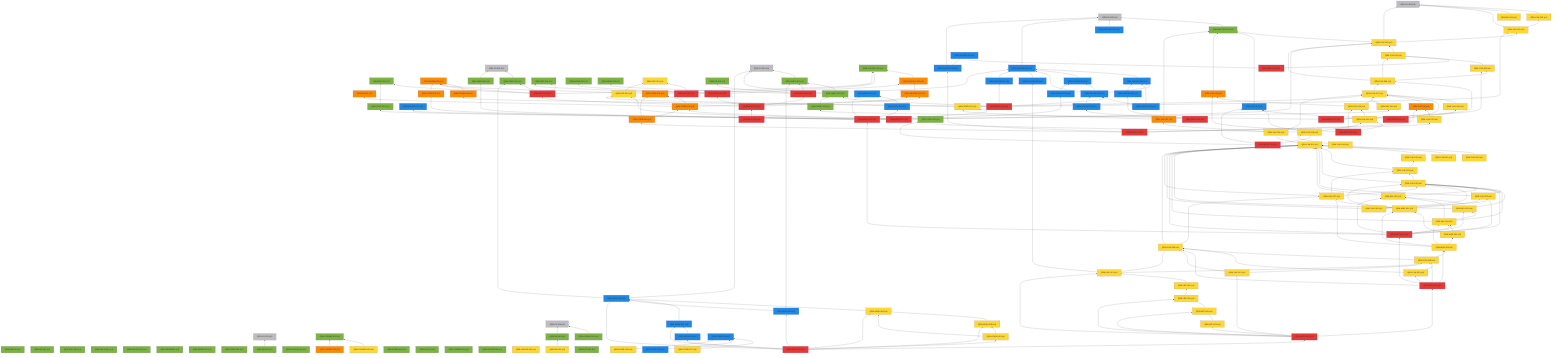
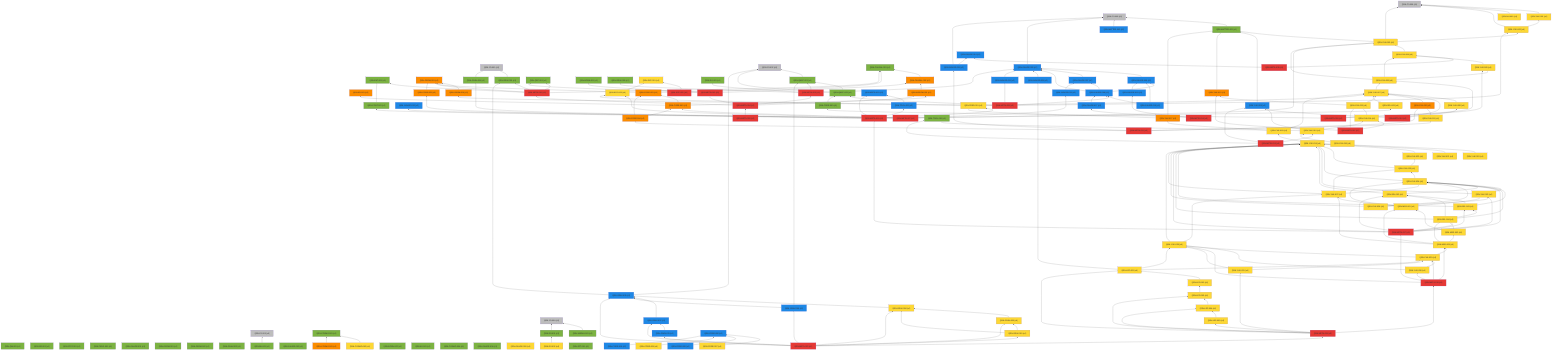
%% 自動生成 (dag/report.pl) — QRN 主張依存グラフ
graph BT
  QRN_C0_001["QRN-C0-001 (c0)"]:::c0
  QRN_C0_002["QRN-C0-002 (c0)"]:::c0
  QRN_C0_003["QRN-C0-003 (c0)"]:::c0
  QRN_C0_004["QRN-C0-004 (c0)"]:::c0
  QRN_C0_005["QRN-C0-005 (c0)"]:::c0
  QRN_C0_006["QRN-C0-006 (c0)"]:::c0
  QRN_QM_001["QRN-QM-001 (c1)"]:::c1
  QRN_GR_001["QRN-GR-001 (c1)"]:::c1
  QRN_STAT_001["QRN-STAT-001 (c1)"]:::c1
  QRN_FIELD_001["QRN-FIELD-001 (c1)"]:::c1
  QRN_GAUGE_001["QRN-GAUGE-001 (c1)"]:::c1
  QRN_ENT_001["QRN-ENT-001 (c1)"]:::c1
  QRN_GEOM_001["QRN-GEOM-001 (c1)"]:::c1
  QRN_GEOM_002["QRN-GEOM-002 (c1)"]:::c1
  QRN_GEOM_003["QRN-GEOM-003 (c3)"]:::c3
  QRN_GRAV_001["QRN-GRAV-001 (c1)"]:::c1
  QRN_GRAV_002["QRN-GRAV-002 (c1)"]:::c1
  QRN_BH_001["QRN-BH-001 (c1)"]:::c1
  QRN_CAUSAL_001["QRN-CAUSAL-001 (c1)"]:::c1
  QRN_CAUSAL_002["QRN-CAUSAL-002 (c3)"]:::c3
  QRN_ER_001["QRN-ER-001 (c3)"]:::c3
  QRN_QEC_001["QRN-QEC-001 (c1)"]:::c1
  QRN_GAUGE_002["QRN-GAUGE-002 (c1)"]:::c1
  QRN_COSMO_001["QRN-COSMO-001 (c1)"]:::c1
  QRN_COSMO_002["QRN-COSMO-002 (c4)"]:::c4
  QRN_COSMO_003["QRN-COSMO-003 (c3)"]:::c3
  QRN_BORN_001["QRN-BORN-001 (c1)"]:::c1
  QRN_BORN_002["QRN-BORN-002 (c1)"]:::c1
  QRN_GRAV_003["QRN-GRAV-003 (c1)"]:::c1
  QRN_KK_001["QRN-KK-001 (c1)"]:::c1
  QRN_MATTER_001["QRN-MATTER-001 (c1)"]:::c1
  QRN_MATTER_002["QRN-MATTER-002 (c2)"]:::c2
  QRN_COSMO_004["QRN-COSMO-004 (c1)"]:::c1
  QRN_EXP_001["QRN-EXP-001 (c4)"]:::c4
  QRN_GAUGE_003["QRN-GAUGE-003 (c2)"]:::c2
  QRN_GAUGE_004["QRN-GAUGE-004 (c1)"]:::c1
  QRN_GAUGE_005["QRN-GAUGE-005 (c4)"]:::c4
  QRN_YUK_001["QRN-YUK-001 (c4)"]:::c4
  QRN_RG_001["QRN-RG-001 (c1)"]:::c1
  QRN_UNRUH_001["QRN-UNRUH-001 (c1)"]:::c1
  QRN_QNEC_001["QRN-QNEC-001 (c1)"]:::c1
  QRN_NU_001["QRN-NU-001 (c4)"]:::c4
  QRN_GAUGE_006["QRN-GAUGE-006 (c2)"]:::c2
  QRN_DS_001["QRN-DS-001 (c1)"]:::c1
  QRN_DS_002["QRN-DS-002 (c4)"]:::c4
  QRN_ARROW_001["QRN-ARROW-001 (c3)"]:::c3
  QRN_GAUGE_007["QRN-GAUGE-007 (c2)"]:::c2
  QRN_EFT_001["QRN-EFT-001 (c1)"]:::c1
  QRN_GAUGE_008["QRN-GAUGE-008 (c2)"]:::c2
  QRN_GAUGE_009["QRN-GAUGE-009 (c2)"]:::c2
  QRN_GAUGE_010["QRN-GAUGE-010 (c2)"]:::c2
  QRN_QNEC_002["QRN-QNEC-002 (c1)"]:::c1
  QRN_GEOM_004["QRN-GEOM-004 (c3)"]:::c3
  QRN_YUK_002["QRN-YUK-002 (c4)"]:::c4
  QRN_EXP_002["QRN-EXP-002 (c5)"]:::c5
  QRN_CORE_001["QRN-CORE-001 (c3)"]:::c3
  QRN_GAUGE_011["QRN-GAUGE-011 (c2)"]:::c2
  QRN_GAUGE_012["QRN-GAUGE-012 (c2)"]:::c2
  QRN_YUK_003["QRN-YUK-003 (c4)"]:::c4
  QRN_EXP_003["QRN-EXP-003 (c4)"]:::c4
  QRN_CORE_002["QRN-CORE-002 (c3)"]:::c3
  QRN_GAUGE_013["QRN-GAUGE-013 (c2)"]:::c2
  QRN_YUK_004["QRN-YUK-004 (c4)"]:::c4
  QRN_GAUGE_014["QRN-GAUGE-014 (c2)"]:::c2
  QRN_META_001["QRN-META-001 (c5)"]:::c5
  QRN_META_002["QRN-META-002 (c5)"]:::c5
  QRN_META_003["QRN-META-003 (c5)"]:::c5
  QRN_META_004["QRN-META-004 (c5)"]:::c5
  QRN_META_005["QRN-META-005 (c5)"]:::c5
  QRN_META_006["QRN-META-006 (c5)"]:::c5
  QRN_META_007["QRN-META-007 (c5)"]:::c5
  QRN_META_008["QRN-META-008 (c5)"]:::c5
  QRN_YUK_005["QRN-YUK-005 (c4)"]:::c4
  QRN_YUK_006["QRN-YUK-006 (c4)"]:::c4
  QRN_CORE_003["QRN-CORE-003 (c1)"]:::c1
  QRN_META_009["QRN-META-009 (c5)"]:::c5
  QRN_YUK_007["QRN-YUK-007 (c4)"]:::c4
  QRN_YUK_008["QRN-YUK-008 (c4)"]:::c4
  QRN_YUK_009["QRN-YUK-009 (c2)"]:::c2
  QRN_META_010["QRN-META-010 (c5)"]:::c5
  QRN_GAUGE_015["QRN-GAUGE-015 (c2)"]:::c2
  QRN_YUK_010["QRN-YUK-010 (c3)"]:::c3
  QRN_YUK_011["QRN-YUK-011 (c4)"]:::c4
  QRN_CORE_004["QRN-CORE-004 (c3)"]:::c3
  QRN_META_011["QRN-META-011 (c5)"]:::c5
  QRN_YUK_012["QRN-YUK-012 (c3)"]:::c3
  QRN_YUK_013["QRN-YUK-013 (c4)"]:::c4
  QRN_YUK_014["QRN-YUK-014 (c4)"]:::c4
  QRN_META_012["QRN-META-012 (c5)"]:::c5
  QRN_TOOL_001["QRN-TOOL-001 (c1)"]:::c1
  QRN_YUK_015["QRN-YUK-015 (c4)"]:::c4
  QRN_META_013["QRN-META-013 (c5)"]:::c5
  QRN_GAUGE_016["QRN-GAUGE-016 (c2)"]:::c2
  QRN_GAUGE_017["QRN-GAUGE-017 (c2)"]:::c2
  QRN_META_014["QRN-META-014 (c5)"]:::c5
  QRN_META_015["QRN-META-015 (c2)"]:::c2
  QRN_TOOL_002["QRN-TOOL-002 (c2)"]:::c2
  QRN_CORE_005["QRN-CORE-005 (c3)"]:::c3
  QRN_CONT_001["QRN-CONT-001 (c1)"]:::c1
  QRN_SEL_001["QRN-SEL-001 (c4)"]:::c4
  QRN_GRAV_004["QRN-GRAV-004 (c1)"]:::c1
  QRN_PRED_001["QRN-PRED-001 (c4)"]:::c4
  QRN_META_016["QRN-META-016 (c5)"]:::c5
  QRN_YUK_016["QRN-YUK-016 (c4)"]:::c4
  QRN_YUK_017["QRN-YUK-017 (c3)"]:::c3
  QRN_YUK_018["QRN-YUK-018 (c4)"]:::c4
  QRN_YUK_019["QRN-YUK-019 (c4)"]:::c4
  QRN_YUK_020["QRN-YUK-020 (c4)"]:::c4
  QRN_YUK_021["QRN-YUK-021 (c4)"]:::c4
  QRN_YUK_022["QRN-YUK-022 (c4)"]:::c4
  QRN_YUK_023["QRN-YUK-023 (c4)"]:::c4
  QRN_YUK_024["QRN-YUK-024 (c4)"]:::c4
  QRN_YUK_025["QRN-YUK-025 (c4)"]:::c4
  QRN_SEL_002["QRN-SEL-002 (c4)"]:::c4
  QRN_SEL_003["QRN-SEL-003 (c4)"]:::c4
  QRN_SEL_004["QRN-SEL-004 (c4)"]:::c4
  QRN_META_017["QRN-META-017 (c5)"]:::c5
  QRN_YUK_026["QRN-YUK-026 (c4)"]:::c4
  QRN_YUK_027["QRN-YUK-027 (c4)"]:::c4
  QRN_MSR_001["QRN-MSR-001 (c4)"]:::c4
  QRN_MSR_002["QRN-MSR-002 (c4)"]:::c4
  QRN_MSR_003["QRN-MSR-003 (c4)"]:::c4
  QRN_YUK_028["QRN-YUK-028 (c4)"]:::c4
  QRN_YUK_029["QRN-YUK-029 (c4)"]:::c4
  QRN_YUK_030["QRN-YUK-030 (c4)"]:::c4
  QRN_META_018["QRN-META-018 (c5)"]:::c5
  QRN_YUK_031["QRN-YUK-031 (c4)"]:::c4
  QRN_LEP_001["QRN-LEP-001 (c4)"]:::c4
  QRN_LEP_002["QRN-LEP-002 (c4)"]:::c4
  QRN_LEP_003["QRN-LEP-003 (c4)"]:::c4
  QRN_LEP_004["QRN-LEP-004 (c4)"]:::c4
  QRN_LEP_005["QRN-LEP-005 (c4)"]:::c4
  QRN_META_019["QRN-META-019 (c5)"]:::c5
  QRN_GRAV_005["QRN-GRAV-005 (c2)"]:::c2
  QRN_GRAV_006["QRN-GRAV-006 (c4)"]:::c4
  QRN_GRAV_007["QRN-GRAV-007 (c2)"]:::c2
  QRN_GRAV_008["QRN-GRAV-008 (c4)"]:::c4
  QRN_GRAV_009["QRN-GRAV-009 (c2)"]:::c2
  QRN_GRAV_010["QRN-GRAV-010 (c4)"]:::c4
  QRN_GRAV_011["QRN-GRAV-011 (c2)"]:::c2
  QRN_META_020["QRN-META-020 (c5)"]:::c5
  QRN_CORE_006["QRN-CORE-006 (c2)"]:::c2
  QRN_CORE_007["QRN-CORE-007 (c4)"]:::c4
  QRN_CORE_008["QRN-CORE-008 (c2)"]:::c2
  QRN_CORE_009["QRN-CORE-009 (c4)"]:::c4
+   QRN_CORE_010["QRN-CORE-010 (c2)"]:::c2
  QRN_GRAV_001 --> QRN_C0_001
  QRN_BH_001 --> QRN_C0_003
  QRN_CAUSAL_002 --> QRN_CAUSAL_001
  QRN_COSMO_002 --> QRN_COSMO_001
  QRN_COSMO_003 --> QRN_COSMO_001
  QRN_MATTER_001 --> QRN_C0_005
  QRN_MATTER_002 --> QRN_C0_005
  QRN_GAUGE_003 --> QRN_C0_005
  QRN_YUK_001 --> QRN_C0_006
  QRN_UNRUH_001 --> QRN_C0_004
  QRN_QNEC_001 --> QRN_C0_002
  QRN_NU_001 --> QRN_C0_006
  QRN_GAUGE_006 --> QRN_GAUGE_003
  QRN_DS_001 --> QRN_C0_004
  QRN_DS_002 --> QRN_DS_001
  QRN_ARROW_001 --> QRN_CAUSAL_002
  QRN_GAUGE_007 --> QRN_GAUGE_003
  QRN_GAUGE_008 --> QRN_GAUGE_003
  QRN_GAUGE_008 --> QRN_GAUGE_006
  QRN_GAUGE_008 --> QRN_GAUGE_007
  QRN_GAUGE_009 --> QRN_GAUGE_003
  QRN_GAUGE_010 --> QRN_GAUGE_006
  QRN_GAUGE_010 --> QRN_GAUGE_008
  QRN_QNEC_002 --> QRN_C0_002
  QRN_QNEC_002 --> QRN_QNEC_001
  QRN_GEOM_004 --> QRN_GEOM_003
  QRN_YUK_002 --> QRN_C0_006
  QRN_YUK_002 --> QRN_YUK_001
  QRN_EXP_002 --> QRN_EXP_001
  QRN_CORE_001 --> QRN_GEOM_003
  QRN_CORE_001 --> QRN_CAUSAL_001
  QRN_GAUGE_011 --> QRN_GAUGE_003
  QRN_YUK_003 --> QRN_C0_006
  QRN_YUK_003 --> QRN_MATTER_001
  QRN_YUK_003 --> QRN_YUK_002
  QRN_EXP_003 --> QRN_EXP_001
  QRN_CORE_002 --> QRN_CORE_001
  QRN_CORE_002 --> QRN_ER_001
  QRN_CORE_002 --> QRN_ARROW_001
  QRN_GAUGE_013 --> QRN_GAUGE_007
  QRN_YUK_004 --> QRN_YUK_003
  QRN_META_001 --> QRN_GEOM_003
  QRN_META_001 --> QRN_GRAV_001
  QRN_META_001 --> QRN_CAUSAL_001
  QRN_META_001 --> QRN_QEC_001
  QRN_META_001 --> QRN_ENT_001
  QRN_META_002 --> QRN_QEC_001
  QRN_META_002 --> QRN_BORN_001
  QRN_META_002 --> QRN_CAUSAL_002
  QRN_META_003 --> QRN_GAUGE_003
  QRN_META_003 --> QRN_RG_001
  QRN_META_003 --> QRN_QNEC_001
  QRN_META_003 --> QRN_GRAV_003
  QRN_META_004 --> QRN_META_001
  QRN_META_004 --> QRN_META_002
  QRN_META_004 --> QRN_META_003
  QRN_META_004 --> QRN_ARROW_001
  QRN_META_005 --> QRN_META_004
  QRN_META_006 --> QRN_GAUGE_008
  QRN_META_006 --> QRN_QNEC_002
  QRN_META_006 --> QRN_GEOM_004
  QRN_META_006 --> QRN_YUK_002
  QRN_META_006 --> QRN_GAUGE_011
  QRN_META_007 --> QRN_GAUGE_012
  QRN_META_007 --> QRN_YUK_003
  QRN_META_007 --> QRN_EXP_003
  QRN_META_007 --> QRN_CORE_002
  QRN_META_007 --> QRN_GAUGE_013
  QRN_META_008 --> QRN_YUK_004
  QRN_META_008 --> QRN_GAUGE_014
  QRN_YUK_005 --> QRN_YUK_004
  QRN_YUK_006 --> QRN_YUK_003
  QRN_YUK_006 --> QRN_YUK_004
  QRN_YUK_006 --> QRN_YUK_005
  QRN_CORE_003 --> QRN_QNEC_002
  QRN_META_009 --> QRN_YUK_005
  QRN_META_009 --> QRN_YUK_006
  QRN_META_009 --> QRN_CORE_003
  QRN_YUK_007 --> QRN_YUK_006
  QRN_YUK_008 --> QRN_YUK_007
  QRN_YUK_009 --> QRN_MATTER_001
  QRN_META_010 --> QRN_YUK_007
  QRN_META_010 --> QRN_YUK_008
  QRN_META_010 --> QRN_YUK_009
  QRN_GAUGE_015 --> QRN_C0_005
  QRN_GAUGE_015 --> QRN_GAUGE_014
  QRN_YUK_010 --> QRN_YUK_007
  QRN_YUK_011 --> QRN_YUK_010
  QRN_CORE_004 --> QRN_CORE_001
  QRN_CORE_004 --> QRN_CORE_002
  QRN_META_011 --> QRN_GAUGE_015
  QRN_META_011 --> QRN_YUK_010
  QRN_META_011 --> QRN_YUK_011
  QRN_META_011 --> QRN_CORE_004
  QRN_YUK_012 --> QRN_MATTER_001
  QRN_YUK_013 --> QRN_YUK_012
  QRN_YUK_013 --> QRN_YUK_007
  QRN_YUK_014 --> QRN_YUK_013
  QRN_META_012 --> QRN_YUK_012
  QRN_META_012 --> QRN_YUK_013
  QRN_META_012 --> QRN_YUK_014
  QRN_YUK_015 --> QRN_YUK_014
  QRN_YUK_015 --> QRN_TOOL_001
  QRN_YUK_015 --> QRN_YUK_009
  QRN_META_013 --> QRN_YUK_015
  QRN_META_013 --> QRN_TOOL_001
  QRN_META_013 --> QRN_YUK_009
  QRN_GAUGE_016 --> QRN_GAUGE_006
  QRN_GAUGE_017 --> QRN_GAUGE_008
  QRN_META_014 --> QRN_GAUGE_016
  QRN_META_014 --> QRN_GAUGE_017
  QRN_TOOL_002 --> QRN_META_015
  QRN_CORE_005 --> QRN_GEOM_003
  QRN_CONT_001 --> QRN_ENT_001
  QRN_SEL_001 --> QRN_YUK_007
  QRN_GRAV_004 --> QRN_C0_001
  QRN_PRED_001 --> QRN_YUK_007
  QRN_PRED_001 --> QRN_EXP_003
  QRN_META_016 --> QRN_META_015
  QRN_META_016 --> QRN_TOOL_002
  QRN_META_016 --> QRN_CORE_005
  QRN_META_016 --> QRN_CONT_001
  QRN_META_016 --> QRN_SEL_001
  QRN_META_016 --> QRN_GRAV_004
  QRN_META_016 --> QRN_PRED_001
  QRN_YUK_016 --> QRN_YUK_015
  QRN_YUK_017 --> QRN_MATTER_001
  QRN_YUK_017 --> QRN_PRED_001
  QRN_YUK_018 --> QRN_YUK_017
  QRN_YUK_018 --> QRN_YUK_007
  QRN_YUK_019 --> QRN_YUK_018
  QRN_YUK_020 --> QRN_YUK_019
  QRN_YUK_021 --> QRN_YUK_019
  QRN_YUK_022 --> QRN_YUK_019
  QRN_YUK_023 --> QRN_YUK_019
  QRN_YUK_023 --> QRN_YUK_022
  QRN_YUK_024 --> QRN_YUK_019
  QRN_YUK_024 --> QRN_YUK_023
  QRN_YUK_025 --> QRN_YUK_019
  QRN_YUK_025 --> QRN_YUK_024
  QRN_SEL_002 --> QRN_YUK_019
  QRN_SEL_002 --> QRN_YUK_024
  QRN_SEL_003 --> QRN_YUK_019
  QRN_SEL_003 --> QRN_YUK_024
  QRN_SEL_003 --> QRN_SEL_002
  QRN_SEL_004 --> QRN_YUK_019
  QRN_SEL_004 --> QRN_YUK_024
  QRN_SEL_004 --> QRN_SEL_002
  QRN_SEL_004 --> QRN_SEL_003
  QRN_META_017 --> QRN_META_016
  QRN_META_017 --> QRN_YUK_019
  QRN_META_017 --> QRN_YUK_024
  QRN_META_017 --> QRN_YUK_025
  QRN_META_017 --> QRN_SEL_002
  QRN_META_017 --> QRN_SEL_003
  QRN_META_017 --> QRN_SEL_004
  QRN_YUK_026 --> QRN_YUK_019
  QRN_YUK_026 --> QRN_YUK_024
  QRN_YUK_026 --> QRN_YUK_025
  QRN_YUK_027 --> QRN_YUK_019
  QRN_YUK_027 --> QRN_YUK_023
  QRN_YUK_027 --> QRN_YUK_024
  QRN_MSR_001 --> QRN_YUK_024
  QRN_MSR_001 --> QRN_YUK_025
  QRN_MSR_001 --> QRN_YUK_027
  QRN_MSR_002 --> QRN_SEL_004
  QRN_MSR_002 --> QRN_MSR_001
  QRN_MSR_003 --> QRN_MSR_001
  QRN_MSR_003 --> QRN_MSR_002
  QRN_MSR_003 --> QRN_SEL_004
  QRN_MSR_003 --> QRN_YUK_027
  QRN_YUK_028 --> QRN_YUK_019
  QRN_YUK_028 --> QRN_YUK_027
  QRN_YUK_029 --> QRN_YUK_028
  QRN_YUK_029 --> QRN_MSR_003
  QRN_YUK_030 --> QRN_YUK_028
  QRN_YUK_030 --> QRN_YUK_029
  QRN_META_018 --> QRN_META_017
  QRN_META_018 --> QRN_MSR_003
  QRN_META_018 --> QRN_YUK_028
  QRN_META_018 --> QRN_YUK_029
  QRN_META_018 --> QRN_YUK_030
  QRN_YUK_031 --> QRN_YUK_028
  QRN_YUK_031 --> QRN_YUK_029
  QRN_LEP_001 --> QRN_YUK_028
  QRN_LEP_001 --> QRN_YUK_029
  QRN_LEP_001 --> QRN_GAUGE_009
  QRN_LEP_002 --> QRN_LEP_001
  QRN_LEP_003 --> QRN_LEP_002
  QRN_LEP_004 --> QRN_LEP_003
  QRN_LEP_005 --> QRN_LEP_004
  QRN_META_019 --> QRN_META_018
  QRN_META_019 --> QRN_YUK_031
  QRN_META_019 --> QRN_LEP_001
  QRN_META_019 --> QRN_LEP_003
  QRN_META_019 --> QRN_LEP_004
  QRN_META_019 --> QRN_LEP_005
  QRN_GRAV_005 --> QRN_C0_002
  QRN_GRAV_005 --> QRN_GRAV_001
  QRN_GRAV_006 --> QRN_GRAV_005
  QRN_GRAV_007 --> QRN_GRAV_005
  QRN_GRAV_008 --> QRN_GRAV_006
  QRN_GRAV_009 --> QRN_GRAV_005
  QRN_GRAV_009 --> QRN_QNEC_001
  QRN_GRAV_010 --> QRN_GRAV_006
  QRN_GRAV_010 --> QRN_GRAV_008
  QRN_GRAV_011 --> QRN_GRAV_007
  QRN_META_020 --> QRN_META_019
  QRN_META_020 --> QRN_GRAV_005
  QRN_META_020 --> QRN_GRAV_006
  QRN_META_020 --> QRN_GRAV_007
  QRN_META_020 --> QRN_GRAV_008
  QRN_META_020 --> QRN_GRAV_009
  QRN_META_020 --> QRN_GRAV_010
  QRN_META_020 --> QRN_GRAV_011
  QRN_CORE_007 --> QRN_CORE_006
  QRN_CORE_008 --> QRN_CORE_006
  QRN_CORE_009 --> QRN_CORE_006
+   QRN_CORE_010 --> QRN_CORE_006
  classDef c0 fill:#bdbdbd
  classDef c1 fill:#7cb342
  classDef c2 fill:#1e88e5
  classDef c3 fill:#fb8c00
  classDef c4 fill:#fdd835
  classDef c5 fill:#e53935
